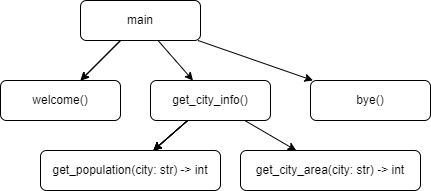
Before: functions_diag.drawio.png, a diagram exported from draw.io (physcrowley/csaq1-p4-exemplar). Source tidied: cells renumbered, new cells last; positions are measured from the earlier drawing's top-left corner, leaving out a move shared by most shapes.
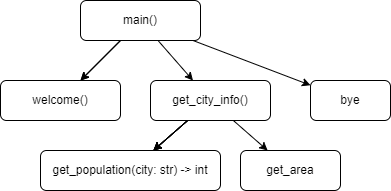
After the commit.

The edit, as a diff of the source:
```diff
@@ -14,7 +14,7 @@
     <mxCell id="5" style="edgeStyle=none;html=1;" parent="1" edge="1" source="6" target="15">
       <mxGeometry relative="1" as="geometry" />
     </mxCell>
-    <mxCell id="6" value="main" style="rounded=1;whiteSpace=wrap;html=1;" parent="1" vertex="1">
+    <mxCell id="6" value="main()" style="rounded=1;whiteSpace=wrap;html=1;" parent="1" vertex="1">
       <mxGeometry x="80" width="120" height="40" as="geometry" />
     </mxCell>
     <mxCell id="7" value="welcome()" style="rounded=1;whiteSpace=wrap;html=1;" parent="1" vertex="1">
@@ -41,11 +41,11 @@
     <mxCell id="14" value="get_population(city: str) -&amp;gt; int" style="rounded=1;whiteSpace=wrap;html=1;" parent="1" vertex="1">
       <mxGeometry x="40" y="150" width="180" height="40" as="geometry" />
     </mxCell>
-    <mxCell id="15" value="bye()" style="rounded=1;whiteSpace=wrap;html=1;" parent="1" vertex="1">
-      <mxGeometry x="310" y="80" width="120" height="40" as="geometry" />
+    <mxCell id="15" value="bye" style="rounded=1;whiteSpace=wrap;html=1;" parent="1" vertex="1">
+      <mxGeometry x="310" y="80" width="80" height="40" as="geometry" />
     </mxCell>
-    <mxCell id="16" value="get_city_area(city: str) -&amp;gt; int" style="rounded=1;whiteSpace=wrap;html=1;" parent="1" vertex="1">
-      <mxGeometry x="240" y="150" width="180" height="40" as="geometry" />
+    <mxCell id="16" value="get_area" style="rounded=1;whiteSpace=wrap;html=1;" parent="1" vertex="1">
+      <mxGeometry x="240" y="150" width="100" height="40" as="geometry" />
     </mxCell>
   </root>
 </mxGraphModel>
```
